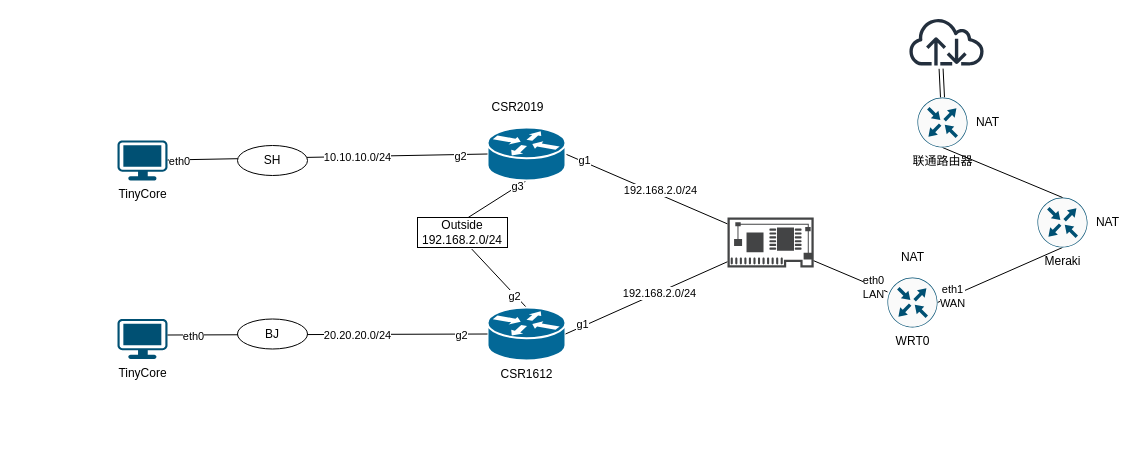
Before: homelab-1.drawio in itbj/2017-images, a draw.io diagram. Source tidied: cells renumbered, new cells numbered last; positions are measured from the earlier drawing's top-left corner, leaving out a move shared by most shapes. Both pictures are drawn from the tidied source at 100%, with x=0, y=0 at pixel (117, 17).
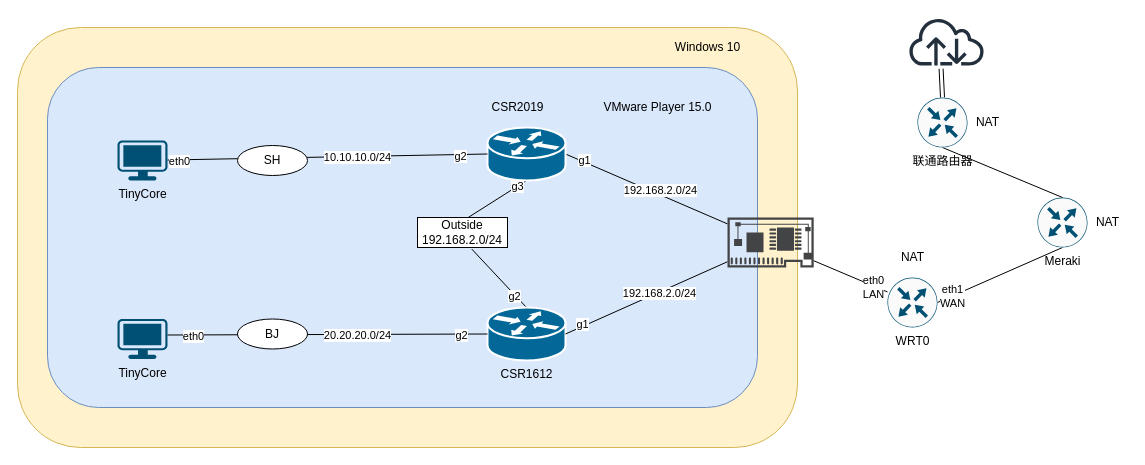
After the change.

Diff of the diagram source:
```diff
@@
+    <mxCell id="42" style="rounded=1;whiteSpace=wrap;html=1;fillColor=#fff2cc;strokeColor=#d6b656;" parent="1" vertex="1">
+      <mxGeometry x="-100" y="10" width="780" height="420" as="geometry" />
+    </mxCell>
+    <mxCell id="43" style="rounded=1;whiteSpace=wrap;html=1;fillColor=#dae8fc;strokeColor=#6c8ebf;" parent="1" vertex="1">
+      <mxGeometry x="-70" y="50" width="710" height="340" as="geometry" />
+    </mxCell>
@@
+    <mxCell id="44" value="VMware Player 15.0" style="text;html=1;align=center;verticalAlign=middle;fillColor=none;strokeColor=none;rounded=0;" parent="1" vertex="1">
+      <mxGeometry x="480" y="80" width="120" height="20" as="geometry" />
+    </mxCell>
+    <mxCell id="45" value="Windows 10" style="text;html=1;align=center;verticalAlign=middle;fillColor=none;strokeColor=none;rounded=0;" parent="1" vertex="1">
+      <mxGeometry x="550" y="20" width="80" height="20" as="geometry" />
+    </mxCell>
```
